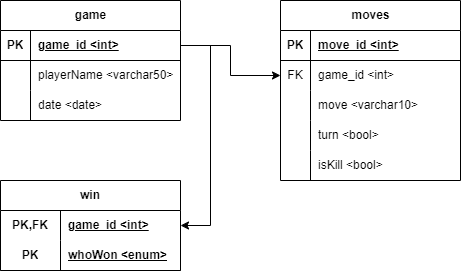
This is databaseERD.png from Svndsn/ChessUrRobot, a draw.io export, as it was before one commit. Source tidied: cells renumbered, new cells last; positions are measured from the earlier drawing's top-left corner, leaving out a move shared by most shapes. The source it was exported from:
```xml
<mxGraphModel>
  <root>
    <mxCell id="0" />
    <mxCell id="1" parent="0" />
    <mxCell id="2" value="game" style="shape=table;startSize=30;rowLines=0;fontStyle=1;align=center;html=1;" parent="1" vertex="1">
      <mxGeometry width="180" height="120" as="geometry" />
    </mxCell>
    <mxCell id="3" style="shape=tableRow;horizontal=0;startSize=0;swimlaneHead=0;swimlaneBody=0;fillColor=none;points=[[0,0.5],[1,0.5]];portConstraint=eastwest;top=0;left=0;right=0;bottom=1;" parent="2" vertex="1">
      <mxGeometry y="30" width="180" height="30" as="geometry" />
    </mxCell>
    <mxCell id="4" value="PK" style="shape=partialRectangle;fillColor=none;top=0;left=0;bottom=0;right=0;fontStyle=1;overflow=hidden;whiteSpace=wrap;html=1;" parent="3" vertex="1">
      <mxGeometry width="30" height="30" as="geometry" />
    </mxCell>
    <mxCell id="5" value="game_id &amp;lt;int&amp;gt;" style="shape=partialRectangle;fillColor=none;top=0;left=0;bottom=0;right=0;align=left;spacingLeft=6;fontStyle=5;overflow=hidden;whiteSpace=wrap;html=1;" parent="3" vertex="1">
      <mxGeometry x="30" width="150" height="30" as="geometry" />
    </mxCell>
    <mxCell id="6" style="shape=tableRow;horizontal=0;startSize=0;swimlaneHead=0;swimlaneBody=0;fillColor=none;top=0;left=0;right=0;bottom=0;" parent="2" vertex="1">
      <mxGeometry y="60" width="180" height="30" as="geometry" />
    </mxCell>
    <mxCell id="7" style="shape=partialRectangle;fillColor=none;top=0;left=0;bottom=0;right=0;overflow=hidden;whiteSpace=wrap;html=1;" parent="6" vertex="1">
      <mxGeometry width="30" height="30" as="geometry" />
    </mxCell>
    <mxCell id="8" value="playerName &amp;lt;varchar50&amp;gt;" style="shape=partialRectangle;fillColor=none;top=0;left=0;bottom=0;right=0;align=left;spacingLeft=6;overflow=hidden;whiteSpace=wrap;html=1;" parent="6" vertex="1">
      <mxGeometry x="30" width="150" height="30" as="geometry" />
    </mxCell>
    <mxCell id="9" style="shape=tableRow;horizontal=0;startSize=0;swimlaneHead=0;swimlaneBody=0;fillColor=none;top=0;left=0;right=0;bottom=0;" parent="2" vertex="1">
      <mxGeometry y="90" width="180" height="30" as="geometry" />
    </mxCell>
    <mxCell id="10" style="shape=partialRectangle;fillColor=none;top=0;left=0;bottom=0;right=0;overflow=hidden;whiteSpace=wrap;html=1;" parent="9" vertex="1">
      <mxGeometry width="30" height="30" as="geometry" />
    </mxCell>
    <mxCell id="11" value="date &amp;lt;date&amp;gt;" style="shape=partialRectangle;fillColor=none;top=0;left=0;bottom=0;right=0;align=left;spacingLeft=6;overflow=hidden;whiteSpace=wrap;html=1;" parent="9" vertex="1">
      <mxGeometry x="30" width="150" height="30" as="geometry" />
    </mxCell>
    <mxCell id="12" value="moves" style="shape=table;startSize=30;rowLines=0;fontStyle=1;align=center;html=1;" parent="1" vertex="1">
      <mxGeometry x="280" width="180" height="180" as="geometry" />
    </mxCell>
    <mxCell id="13" style="shape=tableRow;horizontal=0;startSize=0;swimlaneHead=0;swimlaneBody=0;fillColor=none;top=0;left=0;right=0;bottom=1;" parent="12" vertex="1">
      <mxGeometry y="30" width="180" height="30" as="geometry" />
    </mxCell>
    <mxCell id="14" value="PK" style="shape=partialRectangle;fillColor=none;top=0;left=0;bottom=0;right=0;fontStyle=1;overflow=hidden;whiteSpace=wrap;html=1;" parent="13" vertex="1">
      <mxGeometry width="30" height="30" as="geometry" />
    </mxCell>
    <mxCell id="15" value="move_id &amp;lt;int&amp;gt;" style="shape=partialRectangle;fillColor=none;top=0;left=0;bottom=0;right=0;align=left;spacingLeft=6;fontStyle=5;overflow=hidden;whiteSpace=wrap;html=1;" parent="13" vertex="1">
      <mxGeometry x="30" width="150" height="30" as="geometry" />
    </mxCell>
    <mxCell id="16" style="shape=tableRow;horizontal=0;startSize=0;swimlaneHead=0;swimlaneBody=0;fillColor=none;points=[[0,0.5],[1,0.5]];portConstraint=eastwest;top=0;left=0;right=0;bottom=0;" parent="12" vertex="1">
      <mxGeometry y="60" width="180" height="30" as="geometry" />
    </mxCell>
    <mxCell id="17" value="FK" style="shape=partialRectangle;fillColor=none;top=0;left=0;bottom=0;right=0;fontStyle=0;overflow=hidden;whiteSpace=wrap;html=1;" parent="16" vertex="1">
      <mxGeometry width="30" height="30" as="geometry" />
    </mxCell>
    <mxCell id="18" value="game_id &amp;lt;int&amp;gt;" style="shape=partialRectangle;fillColor=none;top=0;left=0;bottom=0;right=0;align=left;spacingLeft=6;fontStyle=0;overflow=hidden;whiteSpace=wrap;html=1;" parent="16" vertex="1">
      <mxGeometry x="30" width="150" height="30" as="geometry" />
    </mxCell>
    <mxCell id="19" style="shape=tableRow;horizontal=0;startSize=0;swimlaneHead=0;swimlaneBody=0;fillColor=none;top=0;left=0;right=0;bottom=0;" parent="12" vertex="1">
      <mxGeometry y="90" width="180" height="30" as="geometry" />
    </mxCell>
    <mxCell id="20" style="shape=partialRectangle;fillColor=none;top=0;left=0;bottom=0;right=0;overflow=hidden;whiteSpace=wrap;html=1;" parent="19" vertex="1">
      <mxGeometry width="30" height="30" as="geometry" />
    </mxCell>
    <mxCell id="21" value="move &amp;lt;varchar10&amp;gt;" style="shape=partialRectangle;fillColor=none;top=0;left=0;bottom=0;right=0;align=left;spacingLeft=6;overflow=hidden;whiteSpace=wrap;html=1;" parent="19" vertex="1">
      <mxGeometry x="30" width="150" height="30" as="geometry" />
    </mxCell>
    <mxCell id="22" style="shape=tableRow;horizontal=0;startSize=0;swimlaneHead=0;swimlaneBody=0;fillColor=none;top=0;left=0;right=0;bottom=0;" parent="12" vertex="1">
      <mxGeometry y="120" width="180" height="30" as="geometry" />
    </mxCell>
    <mxCell id="23" style="shape=partialRectangle;fillColor=none;top=0;left=0;bottom=0;right=0;overflow=hidden;whiteSpace=wrap;html=1;" parent="22" vertex="1">
      <mxGeometry width="30" height="30" as="geometry" />
    </mxCell>
    <mxCell id="24" value="turn &amp;lt;bool&amp;gt;" style="shape=partialRectangle;fillColor=none;top=0;left=0;bottom=0;right=0;align=left;spacingLeft=6;overflow=hidden;whiteSpace=wrap;html=1;" parent="22" vertex="1">
      <mxGeometry x="30" width="150" height="30" as="geometry" />
    </mxCell>
    <mxCell id="25" style="shape=tableRow;horizontal=0;startSize=0;swimlaneHead=0;swimlaneBody=0;fillColor=none;top=0;left=0;right=0;bottom=0;" parent="12" vertex="1">
      <mxGeometry y="150" width="180" height="30" as="geometry" />
    </mxCell>
    <mxCell id="26" style="shape=partialRectangle;fillColor=none;top=0;left=0;bottom=0;right=0;overflow=hidden;whiteSpace=wrap;html=1;" parent="25" vertex="1">
      <mxGeometry width="30" height="30" as="geometry" />
    </mxCell>
    <mxCell id="27" value="isKill &amp;lt;bool&amp;gt;" style="shape=partialRectangle;fillColor=none;top=0;left=0;bottom=0;right=0;align=left;spacingLeft=6;overflow=hidden;whiteSpace=wrap;html=1;" parent="25" vertex="1">
      <mxGeometry x="30" width="150" height="30" as="geometry" />
    </mxCell>
    <mxCell id="28" value="win" style="shape=table;startSize=30;rowLines=0;fontStyle=1;align=center;html=1;whiteSpace=wrap;" parent="1" vertex="1">
      <mxGeometry y="180" width="180" height="90" as="geometry" />
    </mxCell>
    <mxCell id="29" style="shape=tableRow;horizontal=0;startSize=0;swimlaneHead=0;swimlaneBody=0;fillColor=none;points=[[0,0.5],[1,0.5]];portConstraint=eastwest;top=0;left=0;right=0;bottom=0;html=1;" parent="28" vertex="1">
      <mxGeometry y="30" width="180" height="30" as="geometry" />
    </mxCell>
    <mxCell id="30" value="PK,FK" style="shape=partialRectangle;fillColor=none;top=0;left=0;bottom=0;right=0;fontStyle=1;overflow=hidden;html=1;whiteSpace=wrap;" parent="29" vertex="1">
      <mxGeometry width="60" height="30" as="geometry" />
    </mxCell>
    <mxCell id="31" value="game_id &amp;lt;int&amp;gt;" style="shape=partialRectangle;fillColor=none;top=0;left=0;bottom=0;right=0;align=left;spacingLeft=6;fontStyle=5;overflow=hidden;html=1;whiteSpace=wrap;" parent="29" vertex="1">
      <mxGeometry x="60" width="120" height="30" as="geometry" />
    </mxCell>
    <mxCell id="32" style="shape=tableRow;horizontal=0;startSize=0;swimlaneHead=0;swimlaneBody=0;fillColor=none;top=0;left=0;right=0;bottom=1;html=1;" parent="28" vertex="1">
      <mxGeometry y="60" width="180" height="30" as="geometry" />
    </mxCell>
    <mxCell id="33" value="PK" style="shape=partialRectangle;fillColor=none;top=0;left=0;bottom=0;right=0;fontStyle=1;overflow=hidden;html=1;whiteSpace=wrap;" parent="32" vertex="1">
      <mxGeometry width="60" height="30" as="geometry" />
    </mxCell>
    <mxCell id="34" value="whoWon &amp;lt;enum&amp;gt;" style="shape=partialRectangle;fillColor=none;top=0;left=0;bottom=0;right=0;align=left;spacingLeft=6;fontStyle=5;overflow=hidden;html=1;whiteSpace=wrap;" parent="32" vertex="1">
      <mxGeometry x="60" width="120" height="30" as="geometry" />
    </mxCell>
    <mxCell id="35" style="edgeStyle=orthogonalEdgeStyle;rounded=0;jettySize=auto;html=1;exitX=1;exitY=0.5;exitDx=0;exitDy=0;entryX=0;entryY=0.5;entryDx=0;entryDy=0;" parent="1" edge="1" source="3" target="16">
      <mxGeometry relative="1" as="geometry" />
    </mxCell>
    <mxCell id="36" style="edgeStyle=orthogonalEdgeStyle;rounded=0;jettySize=auto;html=1;exitX=1;exitY=0.5;exitDx=0;exitDy=0;entryX=1;entryY=0.5;entryDx=0;entryDy=0;" parent="1" edge="1" source="3" target="29">
      <mxGeometry relative="1" as="geometry">
        <Array as="points">
          <mxPoint x="210" y="45" />
          <mxPoint x="210" y="225" />
        </Array>
      </mxGeometry>
    </mxCell>
  </root>
</mxGraphModel>
```
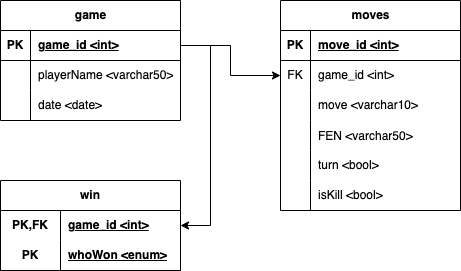
Above is the later version.

The edit, as a diff of the source:
```diff
@@ -33,7 +33,7 @@
       <mxGeometry x="30" width="150" height="30" as="geometry" />
     </mxCell>
     <mxCell id="12" value="moves" style="shape=table;startSize=30;rowLines=0;fontStyle=1;align=center;html=1;" parent="1" vertex="1">
-      <mxGeometry x="280" width="180" height="180" as="geometry" />
+      <mxGeometry x="280" width="180" height="210" as="geometry" />
     </mxCell>
     <mxCell id="13" style="shape=tableRow;horizontal=0;startSize=0;swimlaneHead=0;swimlaneBody=0;fillColor=none;top=0;left=0;right=0;bottom=1;" parent="12" vertex="1">
       <mxGeometry y="30" width="180" height="30" as="geometry" />
@@ -62,8 +62,17 @@
     <mxCell id="21" value="move &amp;lt;varchar10&amp;gt;" style="shape=partialRectangle;fillColor=none;top=0;left=0;bottom=0;right=0;align=left;spacingLeft=6;overflow=hidden;whiteSpace=wrap;html=1;" parent="19" vertex="1">
       <mxGeometry x="30" width="150" height="30" as="geometry" />
     </mxCell>
+    <mxCell id="37" style="shape=tableRow;horizontal=0;startSize=0;swimlaneHead=0;swimlaneBody=0;fillColor=none;top=0;left=0;right=0;bottom=0;" parent="12" vertex="1">
+      <mxGeometry y="120" width="180" height="30" as="geometry" />
+    </mxCell>
+    <mxCell id="38" style="shape=partialRectangle;fillColor=none;top=0;left=0;bottom=0;right=0;overflow=hidden;" parent="37" vertex="1">
+      <mxGeometry width="30" height="30" as="geometry" />
+    </mxCell>
+    <mxCell id="39" value="FEN &lt;varchar50&gt;" style="shape=partialRectangle;fillColor=none;top=0;left=0;bottom=0;right=0;align=left;spacingLeft=6;overflow=hidden;" parent="37" vertex="1">
+      <mxGeometry x="30" width="150" height="30" as="geometry" />
+    </mxCell>
     <mxCell id="22" style="shape=tableRow;horizontal=0;startSize=0;swimlaneHead=0;swimlaneBody=0;fillColor=none;top=0;left=0;right=0;bottom=0;" parent="12" vertex="1">
-      <mxGeometry y="120" width="180" height="30" as="geometry" />
+      <mxGeometry y="150" width="180" height="30" as="geometry" />
     </mxCell>
     <mxCell id="23" style="shape=partialRectangle;fillColor=none;top=0;left=0;bottom=0;right=0;overflow=hidden;whiteSpace=wrap;html=1;" parent="22" vertex="1">
       <mxGeometry width="30" height="30" as="geometry" />
@@ -72,7 +81,7 @@
       <mxGeometry x="30" width="150" height="30" as="geometry" />
     </mxCell>
     <mxCell id="25" style="shape=tableRow;horizontal=0;startSize=0;swimlaneHead=0;swimlaneBody=0;fillColor=none;top=0;left=0;right=0;bottom=0;" parent="12" vertex="1">
-      <mxGeometry y="150" width="180" height="30" as="geometry" />
+      <mxGeometry y="180" width="180" height="30" as="geometry" />
     </mxCell>
     <mxCell id="26" style="shape=partialRectangle;fillColor=none;top=0;left=0;bottom=0;right=0;overflow=hidden;whiteSpace=wrap;html=1;" parent="25" vertex="1">
       <mxGeometry width="30" height="30" as="geometry" />
```
